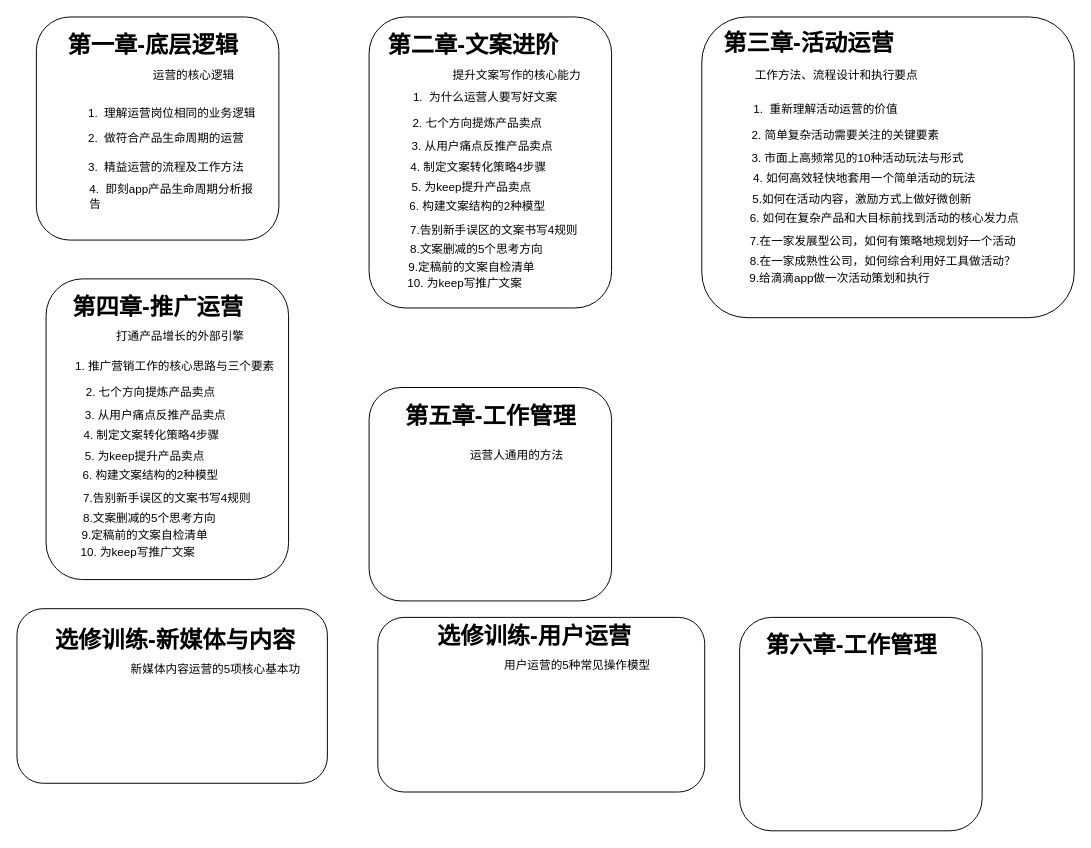
Earlier version of the draw.io diagram page "运营三期" (11 of 11) of snail_process.drawio (cpu6660/knight). Source tidied: cells renumbered, new cells numbered last; positions are measured from the earlier drawing's top-left corner, leaving out a move shared by most shapes. Both pictures are drawn from the tidied source at 97%, with x=0, y=0 at pixel (16, 16).
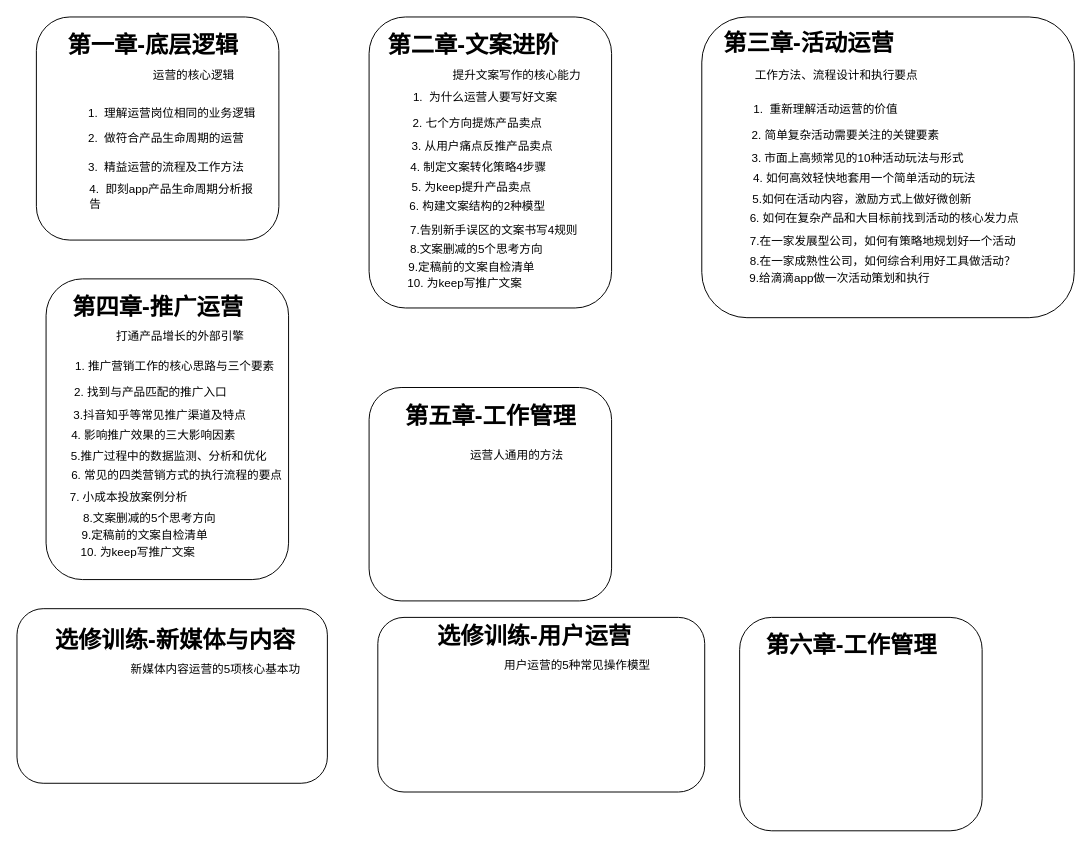
The same diagram, later.

Diff of the diagram source:
```diff
@@
-    <mxCell id="53" value="&lt;div style=&quot;text-align: left&quot;&gt;&lt;span&gt;2. 七个方向提炼产品卖点&lt;/span&gt;&lt;/div&gt;" style="text;html=1;strokeColor=none;fillColor=none;align=center;verticalAlign=middle;whiteSpace=wrap;rounded=0;" parent="1" vertex="1">
+    <mxCell id="53" value="&lt;div style=&quot;text-align: left&quot;&gt;&lt;span&gt;2. 找到与产品匹配的推广入口&lt;/span&gt;&lt;/div&gt;" style="text;html=1;strokeColor=none;fillColor=none;align=center;verticalAlign=middle;whiteSpace=wrap;rounded=0;" parent="1" vertex="1">
       <mxGeometry x="48" y="377" width="180" height="20" as="geometry" />
     </mxCell>
-    <mxCell id="54" value="&lt;div style=&quot;text-align: left&quot;&gt;&lt;span&gt;3. 从用户痛点反推产品卖点&lt;/span&gt;&lt;/div&gt;" style="text;html=1;strokeColor=none;fillColor=none;align=center;verticalAlign=middle;whiteSpace=wrap;rounded=0;" parent="1" vertex="1">
-      <mxGeometry x="53" y="401" width="180" height="20" as="geometry" />
+    <mxCell id="54" value="&lt;div style=&quot;text-align: left&quot;&gt;&lt;span&gt;3.抖音知乎等常见推广渠道及特点&lt;/span&gt;&lt;/div&gt;" style="text;html=1;strokeColor=none;fillColor=none;align=center;verticalAlign=middle;whiteSpace=wrap;rounded=0;" parent="1" vertex="1">
+      <mxGeometry x="49" y="401" width="197" height="20" as="geometry" />
     </mxCell>
-    <mxCell id="55" value="&lt;div style=&quot;text-align: left&quot;&gt;&lt;span&gt;4. 制定文案转化策略4步骤&lt;/span&gt;&lt;/div&gt;" style="text;html=1;strokeColor=none;fillColor=none;align=center;verticalAlign=middle;whiteSpace=wrap;rounded=0;" parent="1" vertex="1">
-      <mxGeometry x="49" y="422" width="180" height="20" as="geometry" />
+    <mxCell id="55" value="&lt;div style=&quot;text-align: left&quot;&gt;&lt;span&gt;4. 影响推广效果的三大影响因素&lt;/span&gt;&lt;/div&gt;" style="text;html=1;strokeColor=none;fillColor=none;align=center;verticalAlign=middle;whiteSpace=wrap;rounded=0;" parent="1" vertex="1">
+      <mxGeometry x="51" y="422" width="180" height="20" as="geometry" />
     </mxCell>
-    <mxCell id="56" value="&lt;div style=&quot;text-align: left&quot;&gt;&lt;span&gt;5. 为keep提升产品卖点&lt;/span&gt;&lt;/div&gt;" style="text;html=1;strokeColor=none;fillColor=none;align=center;verticalAlign=middle;whiteSpace=wrap;rounded=0;" parent="1" vertex="1">
-      <mxGeometry x="42" y="443" width="180" height="20" as="geometry" />
+    <mxCell id="56" value="&lt;div style=&quot;text-align: left&quot;&gt;&lt;span&gt;5.推广过程中的数据监测、分析和优化&lt;/span&gt;&lt;/div&gt;" style="text;html=1;strokeColor=none;fillColor=none;align=center;verticalAlign=middle;whiteSpace=wrap;rounded=0;" parent="1" vertex="1">
+      <mxGeometry x="53" y="443" width="208" height="20" as="geometry" />
     </mxCell>
-    <mxCell id="57" value="&lt;div style=&quot;text-align: left&quot;&gt;&lt;span&gt;6. 构建文案结构的2种模型&lt;/span&gt;&lt;/div&gt;" style="text;html=1;strokeColor=none;fillColor=none;align=center;verticalAlign=middle;whiteSpace=wrap;rounded=0;" parent="1" vertex="1">
-      <mxGeometry x="48" y="463" width="180" height="20" as="geometry" />
+    <mxCell id="57" value="&lt;div style=&quot;text-align: left&quot;&gt;&lt;span&gt;6. 常见的四类营销方式的执行流程的要点&lt;/span&gt;&lt;/div&gt;" style="text;html=1;strokeColor=none;fillColor=none;align=center;verticalAlign=middle;whiteSpace=wrap;rounded=0;" parent="1" vertex="1">
+      <mxGeometry x="54" y="463" width="222" height="20" as="geometry" />
     </mxCell>
-    <mxCell id="58" value="&lt;div style=&quot;text-align: left&quot;&gt;&lt;span&gt;7.告别新手误区的文案书写4规则&lt;/span&gt;&lt;/div&gt;" style="text;html=1;strokeColor=none;fillColor=none;align=center;verticalAlign=middle;whiteSpace=wrap;rounded=0;" parent="1" vertex="1">
-      <mxGeometry x="65" y="487" width="180" height="20" as="geometry" />
+    <mxCell id="58" value="&lt;div style=&quot;text-align: left&quot;&gt;&lt;span&gt;7. 小成本投放案例分析&lt;/span&gt;&lt;/div&gt;" style="text;html=1;strokeColor=none;fillColor=none;align=center;verticalAlign=middle;whiteSpace=wrap;rounded=0;" parent="1" vertex="1">
+      <mxGeometry x="43.5" y="487" width="143" height="17" as="geometry" />
     </mxCell>
```
